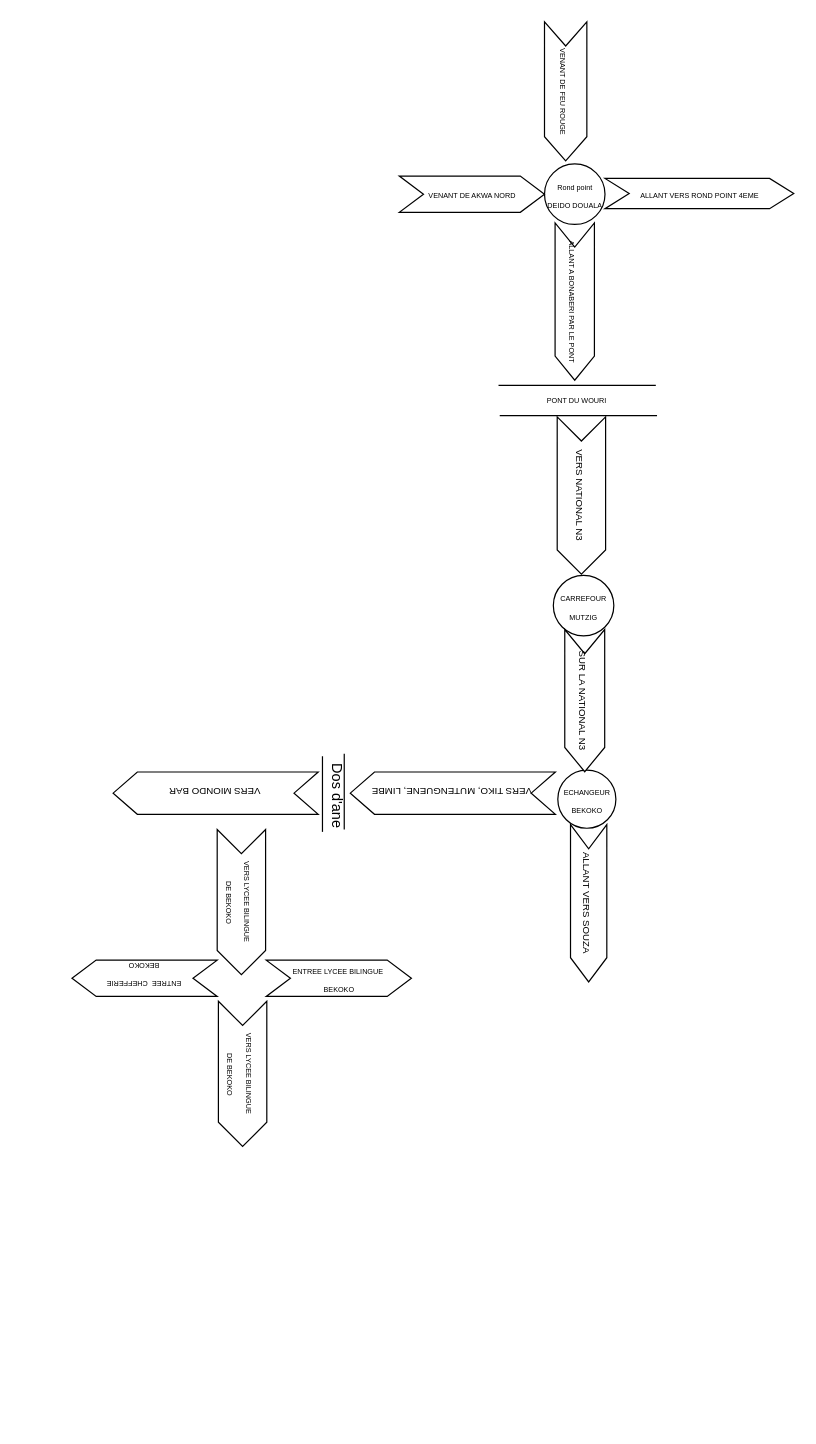
The draw.io diagram Diagramme sans nom.drawio in azobs/Diagrams, before the edit. Source tidied: cells renumbered, new cells numbered last; positions are measured from the earlier drawing's top-left corner, leaving out a move shared by most shapes. Both pictures are drawn from the tidied source at 121%, with x=0, y=0 at pixel (71, 69).
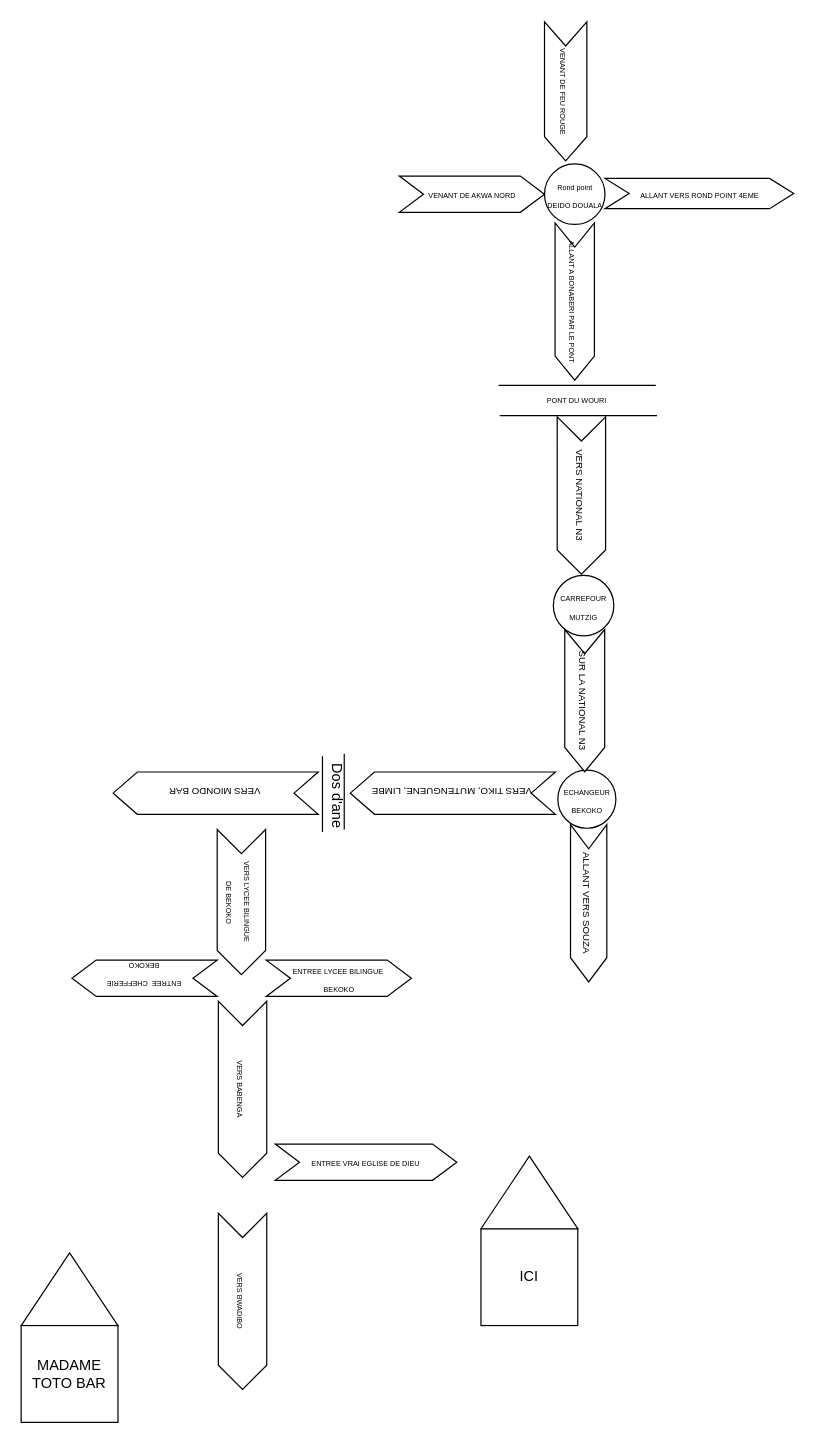
After the change.

Commit message:
Mettre à jour Diagramme sans nom.drawio

What changed in the source:
```diff
@@
-    <mxCell id="20" value="&lt;font style=&quot;font-size: 6px;&quot;&gt;VERS LYCEE BILINGUE&lt;/font&gt;&lt;div&gt;&lt;font style=&quot;font-size: 6px;&quot;&gt;&amp;nbsp;DE BEKOKO&lt;/font&gt;&lt;/div&gt;" style="shape=step;perimeter=stepPerimeter;whiteSpace=wrap;html=1;fixedSize=1;rotation=90;" parent="1" vertex="1">
-      <mxGeometry x="81" y="810" width="120" height="40" as="geometry" />
+    <mxCell id="20" value="&lt;span style=&quot;font-size: 6px;&quot;&gt;VERS BABENGA&lt;/span&gt;" style="shape=step;perimeter=stepPerimeter;whiteSpace=wrap;html=1;fixedSize=1;rotation=90;" parent="1" vertex="1">
+      <mxGeometry x="68.2" y="822.8" width="145.5" height="40" as="geometry" />
     </mxCell>
@@
+    <mxCell id="24" value="&lt;font style=&quot;font-size: 6px;&quot;&gt;ENTREE VRAI EGLISE DE DIEU&lt;/font&gt;" style="shape=step;perimeter=stepPerimeter;whiteSpace=wrap;html=1;fixedSize=1;" parent="1" vertex="1">
+      <mxGeometry x="168" y="888" width="150" height="30" as="geometry" />
+    </mxCell>
+    <mxCell id="25" value="ICI" style="whiteSpace=wrap;html=1;" parent="1" vertex="1">
+      <mxGeometry x="338" y="958" width="80" height="80" as="geometry" />
+    </mxCell>
+    <mxCell id="26" style="triangle;whiteSpace=wrap;html=1;rotation=-90;" parent="1" vertex="1">
+      <mxGeometry x="348" y="888" width="60" height="80" as="geometry" />
+    </mxCell>
+    <mxCell id="27" value="&lt;span style=&quot;font-size: 6px;&quot;&gt;VERS BWADIBO&lt;/span&gt;" style="shape=step;perimeter=stepPerimeter;whiteSpace=wrap;html=1;fixedSize=1;rotation=90;" parent="1" vertex="1">
+      <mxGeometry x="68.2" y="998" width="145.5" height="40" as="geometry" />
+    </mxCell>
+    <mxCell id="28" style="triangle;whiteSpace=wrap;html=1;rotation=-90;" parent="1" vertex="1">
+      <mxGeometry x="-32" y="968" width="60" height="80" as="geometry" />
+    </mxCell>
+    <mxCell id="29" value="MADAME TOTO BAR" style="whiteSpace=wrap;html=1;" parent="1" vertex="1">
+      <mxGeometry x="-42" y="1038" width="80" height="80" as="geometry" />
+    </mxCell>
```
